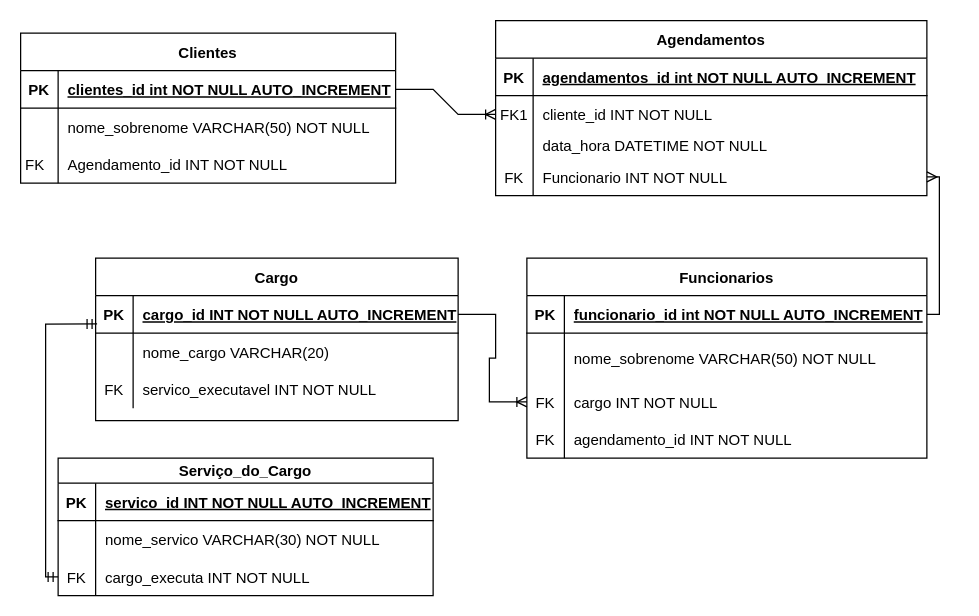
Before: Untitled Diagram.drawio in ViniciusTaurisano/ctd-2bi-bancodedados-a9-checkpoint1, a draw.io diagram. Source tidied: cells renumbered, new cells numbered last; positions are measured from the earlier drawing's top-left corner, leaving out a move shared by most shapes. Both pictures are drawn from the tidied source at 125%, with x=0, y=0 at pixel (20, 20).
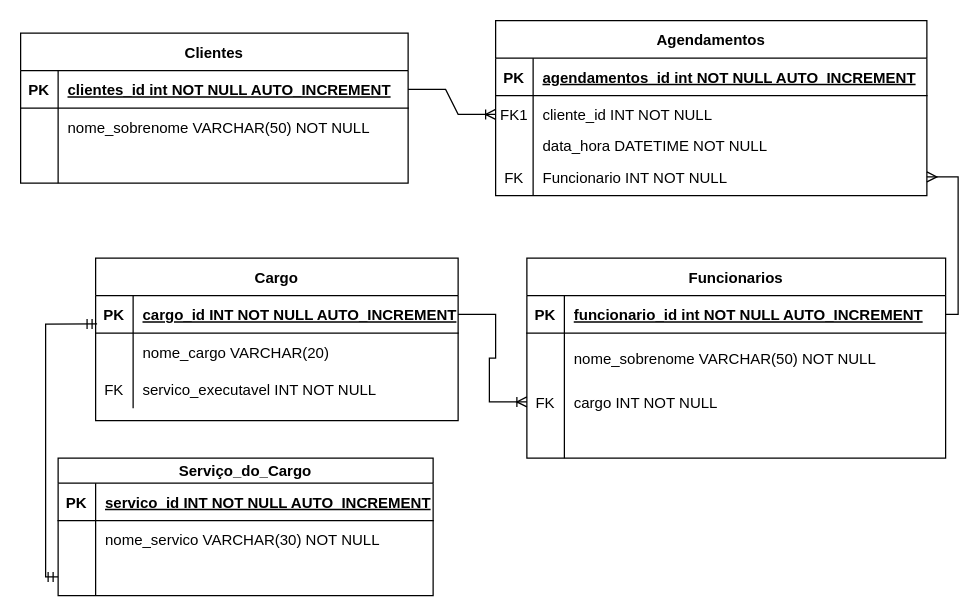
After the change.

Commit message:
done fe emdeus!!! essa versao1

Unchanged cells that the change refers to:
```xml
<mxCell id="55" style="shape=tableRow;horizontal=0;startSize=0;swimlaneHead=0;swimlaneBody=0;fillColor=none;points=[[0,0.5],[1,0.5]];portConstraint=eastwest;top=0;left=0;right=0;bottom=0;" parent="48" vertex="1">
  <mxGeometry y="80" width="300" height="30" as="geometry" />
</mxCell>
```

What changed in the source:
```diff
@@
     <mxCell id="15" value="Funcionarios" style="shape=table;startSize=30;childLayout=tableLayout;rowLines=0;fontStyle=1;align=center;" parent="1" vertex="1">
-      <mxGeometry x="405" y="190" width="320" height="160" as="geometry" />
+      <mxGeometry x="405" y="190" width="335" height="160" as="geometry" />
     </mxCell>
     <mxCell id="16" style="shape=partialRectangle;fillColor=none;points=[[0,0.5],[1,0.5]];portConstraint=eastwest;top=0;left=0;right=0;bottom=1;" parent="15" vertex="1">
-      <mxGeometry y="30" width="320" height="30" as="geometry" />
+      <mxGeometry y="30" width="335" height="30" as="geometry" />
     </mxCell>
@@
     <mxCell id="18" value="funcionario_id int NOT NULL AUTO_INCREMENT" style="shape=partialRectangle;overflow=hidden;fillColor=none;top=0;left=0;bottom=0;right=0;align=left;spacingLeft=6;fontStyle=5;" parent="16" vertex="1">
-      <mxGeometry x="30" width="290" height="30" as="geometry" />
+      <mxGeometry x="30" width="305" height="30" as="geometry" />
     </mxCell>
     <mxCell id="19" style="shape=partialRectangle;fillColor=none;top=0;left=0;right=0;bottom=0;" parent="15" vertex="1">
-      <mxGeometry y="60" width="320" height="40" as="geometry" />
+      <mxGeometry y="60" width="335" height="40" as="geometry" />
     </mxCell>
@@
     <mxCell id="21" value="nome_sobrenome VARCHAR(50) NOT NULL" style="shape=partialRectangle;overflow=hidden;fillColor=none;top=0;left=0;bottom=0;right=0;align=left;spacingLeft=6;" parent="19" vertex="1">
-      <mxGeometry x="30" width="290" height="40" as="geometry" />
+      <mxGeometry x="30" width="305" height="40" as="geometry" />
     </mxCell>
     <mxCell id="22" style="shape=partialRectangle;fillColor=none;points=[[0,0.5],[1,0.5]];portConstraint=eastwest;top=0;left=0;right=0;bottom=0;" parent="15" vertex="1">
-      <mxGeometry y="100" width="320" height="30" as="geometry" />
+      <mxGeometry y="100" width="335" height="30" as="geometry" />
     </mxCell>
@@
     <mxCell id="24" value="cargo INT NOT NULL" style="shape=partialRectangle;overflow=hidden;fillColor=none;top=0;left=0;bottom=0;right=0;align=left;spacingLeft=6;" parent="22" vertex="1">
-      <mxGeometry x="30" width="290" height="30" as="geometry" />
+      <mxGeometry x="30" width="305" height="30" as="geometry" />
     </mxCell>
     <mxCell id="25" style="shape=tableRow;horizontal=0;startSize=0;swimlaneHead=0;swimlaneBody=0;fillColor=none;top=0;left=0;right=0;bottom=0;" parent="15" vertex="1">
-      <mxGeometry y="130" width="320" height="30" as="geometry" />
+      <mxGeometry y="130" width="335" height="30" as="geometry" />
     </mxCell>
-    <mxCell id="26" value="FK" style="shape=partialRectangle;fillColor=none;top=0;left=0;bottom=0;right=0;overflow=hidden;" parent="25" vertex="1">
+    <mxCell id="26" style="shape=partialRectangle;fillColor=none;top=0;left=0;bottom=0;right=0;overflow=hidden;" parent="25" vertex="1">
       <mxGeometry width="30" height="30" as="geometry" />
     </mxCell>
-    <mxCell id="27" value="agendamento_id INT NOT NULL" style="shape=partialRectangle;fillColor=none;top=0;left=0;bottom=0;right=0;align=left;spacingLeft=6;overflow=hidden;" parent="25" vertex="1">
-      <mxGeometry x="30" width="290" height="30" as="geometry" />
+    <mxCell id="27" style="shape=partialRectangle;fillColor=none;top=0;left=0;bottom=0;right=0;align=left;spacingLeft=6;overflow=hidden;" parent="25" vertex="1">
+      <mxGeometry x="30" width="305" height="30" as="geometry" />
     </mxCell>
     <mxCell id="28" value="Clientes" style="shape=table;startSize=30;childLayout=tableLayout;rowLines=0;fontStyle=1;align=center;" parent="1" vertex="1">
-      <mxGeometry y="10" width="300" height="120" as="geometry" />
+      <mxGeometry y="10" width="310" height="120" as="geometry" />
     </mxCell>
     <mxCell id="29" style="shape=partialRectangle;fillColor=none;points=[[0,0.5],[1,0.5]];portConstraint=eastwest;top=0;left=0;right=0;bottom=1;" parent="28" vertex="1">
-      <mxGeometry y="30" width="300" height="30" as="geometry" />
+      <mxGeometry y="30" width="310" height="30" as="geometry" />
     </mxCell>
@@
     <mxCell id="31" value="clientes_id int NOT NULL AUTO_INCREMENT" style="shape=partialRectangle;overflow=hidden;fillColor=none;top=0;left=0;bottom=0;right=0;align=left;spacingLeft=6;fontStyle=5;" parent="29" vertex="1">
-      <mxGeometry x="30" width="270" height="30" as="geometry" />
+      <mxGeometry x="30" width="280" height="30" as="geometry" />
     </mxCell>
     <mxCell id="32" style="shape=partialRectangle;fillColor=none;top=0;left=0;right=0;bottom=0;" parent="28" vertex="1">
-      <mxGeometry y="60" width="300" height="30" as="geometry" />
+      <mxGeometry y="60" width="310" height="30" as="geometry" />
     </mxCell>
@@
     <mxCell id="34" value="nome_sobrenome VARCHAR(50) NOT NULL" style="shape=partialRectangle;overflow=hidden;fillColor=none;top=0;left=0;bottom=0;right=0;align=left;spacingLeft=6;" parent="32" vertex="1">
-      <mxGeometry x="30" width="270" height="30" as="geometry" />
+      <mxGeometry x="30" width="280" height="30" as="geometry" />
     </mxCell>
     <mxCell id="35" style="shape=tableRow;horizontal=0;startSize=0;swimlaneHead=0;swimlaneBody=0;fillColor=none;top=0;left=0;right=0;bottom=0;" parent="28" vertex="1">
-      <mxGeometry y="90" width="300" height="30" as="geometry" />
+      <mxGeometry y="90" width="310" height="30" as="geometry" />
     </mxCell>
-    <mxCell id="36" value="FK  " style="shape=partialRectangle;fillColor=none;top=0;left=0;bottom=0;right=0;overflow=hidden;" parent="35" vertex="1">
+    <mxCell id="36" style="shape=partialRectangle;fillColor=none;top=0;left=0;bottom=0;right=0;overflow=hidden;" parent="35" vertex="1">
       <mxGeometry width="30" height="30" as="geometry" />
     </mxCell>
-    <mxCell id="37" value="Agendamento_id INT NOT NULL" style="shape=partialRectangle;fillColor=none;top=0;left=0;bottom=0;right=0;align=left;spacingLeft=6;overflow=hidden;" parent="35" vertex="1">
-      <mxGeometry x="30" width="270" height="30" as="geometry" />
+    <mxCell id="37" style="shape=partialRectangle;fillColor=none;top=0;left=0;bottom=0;right=0;align=left;spacingLeft=6;overflow=hidden;" parent="35" vertex="1">
+      <mxGeometry x="30" width="280" height="30" as="geometry" />
     </mxCell>
@@
-    <mxCell id="56" value="FK" style="shape=partialRectangle;fillColor=none;top=0;left=0;bottom=0;right=0;overflow=hidden;" parent="55" vertex="1">
+    <mxCell id="56" style="shape=partialRectangle;fillColor=none;top=0;left=0;bottom=0;right=0;overflow=hidden;" parent="55" vertex="1">
       <mxGeometry width="30" height="30" as="geometry" />
     </mxCell>
-    <mxCell id="57" value="cargo_executa INT NOT NULL" style="shape=partialRectangle;fillColor=none;top=0;left=0;bottom=0;right=0;align=left;spacingLeft=6;overflow=hidden;" parent="55" vertex="1">
+    <mxCell id="57" style="shape=partialRectangle;fillColor=none;top=0;left=0;bottom=0;right=0;align=left;spacingLeft=6;overflow=hidden;" parent="55" vertex="1">
       <mxGeometry x="30" width="270" height="30" as="geometry" />
     </mxCell>
```
